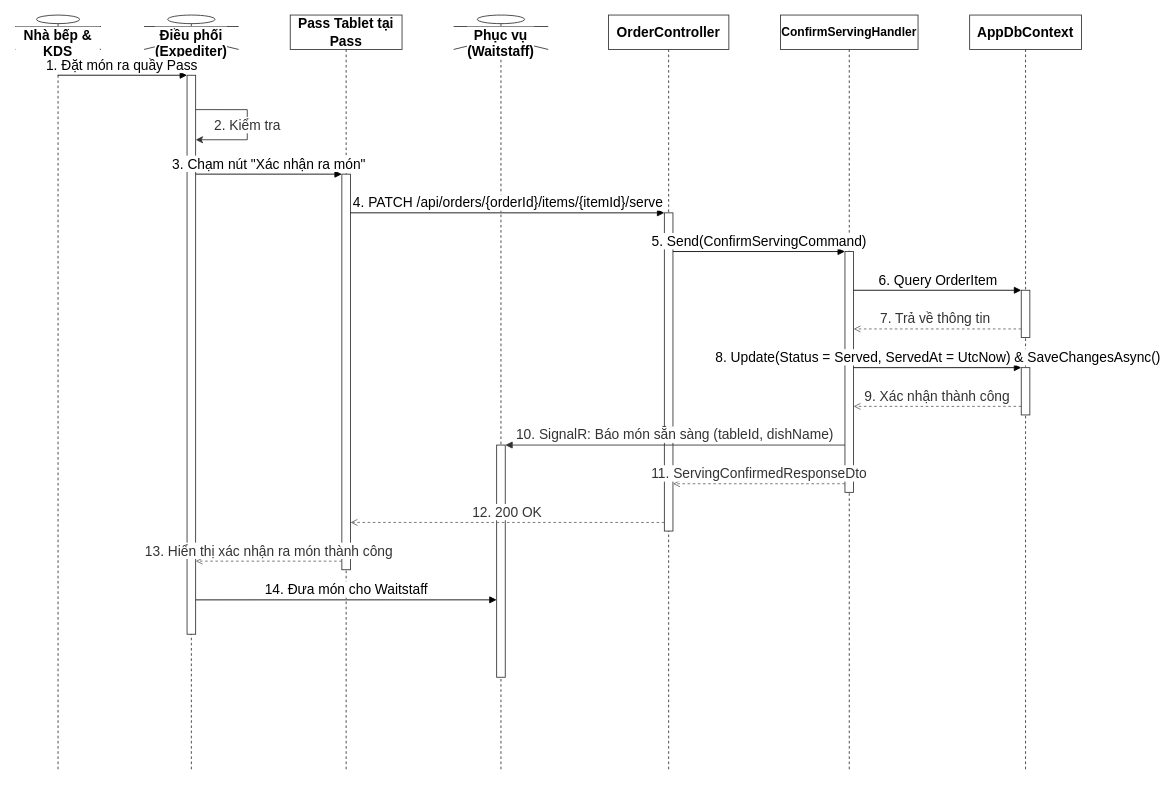
This is docs/phase1/drawio/sd03_serving_confirmation.drawio from AndrewQng/VinDining, a draw.io file, before an edit. Source tidied: cells renumbered, new cells numbered last; positions are measured from the earlier drawing's top-left corner, leaving out a move shared by most shapes. Both pictures are drawn from the tidied source at 86%, with x=0, y=0 at pixel (15, 15).
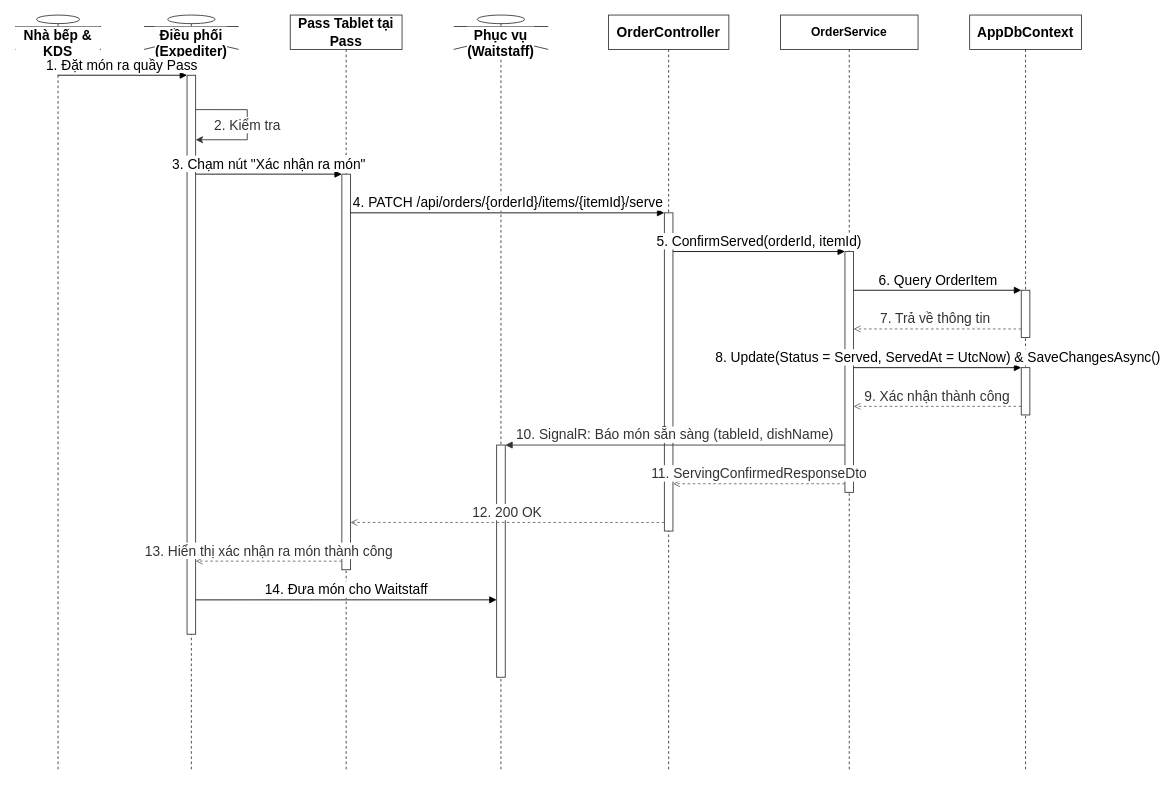
The same diagram, later.

Unchanged cells that the change refers to:
```xml
<mxCell id="10" style="html=1;points=[];perimeter=orthogonalPerimeter;outlineConnect=0;fillColor=#ffffff;strokeColor=#333333;fontSize=16;" parent="9" vertex="1">
  <mxGeometry x="65" y="230" width="10" height="370" as="geometry" />
</mxCell>
<mxCell id="12" style="html=1;points=[];perimeter=orthogonalPerimeter;outlineConnect=0;fillColor=#ffffff;strokeColor=#333333;fontSize=16;" parent="11" vertex="1">
  <mxGeometry x="75" y="275" width="10" height="280" as="geometry" />
</mxCell>
```

Diff of the diagram source:
```diff
@@
-    <mxCell id="11" value="ConfirmServingHandler" style="shape=umlLifeline;perimeter=lifelinePerimeter;whiteSpace=wrap;html=1;size=40;fontSize=14;fontStyle=1;fillColor=#ffffff;strokeColor=#333333;" parent="1" vertex="1">
+    <mxCell id="11" value="OrderService" style="shape=umlLifeline;perimeter=lifelinePerimeter;whiteSpace=wrap;html=1;size=40;fontSize=14;fontStyle=1;fillColor=#ffffff;strokeColor=#333333;" parent="1" vertex="1">
       <mxGeometry x="890" width="160" height="880" as="geometry" />
     </mxCell>
@@
-    <mxCell id="20" value="5. Send(ConfirmServingCommand)" style="html=1;verticalAlign=bottom;endArrow=block;curved=0;rounded=0;exitX=1;exitY=0.1216;entryX=0;entryY=0.0000;fontSize=16;" parent="1" edge="1" source="10" target="12">
+    <mxCell id="20" value="5. ConfirmServed(orderId, itemId)" style="html=1;verticalAlign=bottom;endArrow=block;curved=0;rounded=0;exitX=1;exitY=0.1216;entryX=0;entryY=0.0000;fontSize=16;" parent="1" edge="1" source="10" target="12">
       <mxGeometry relative="1" as="geometry" />
     </mxCell>
```
